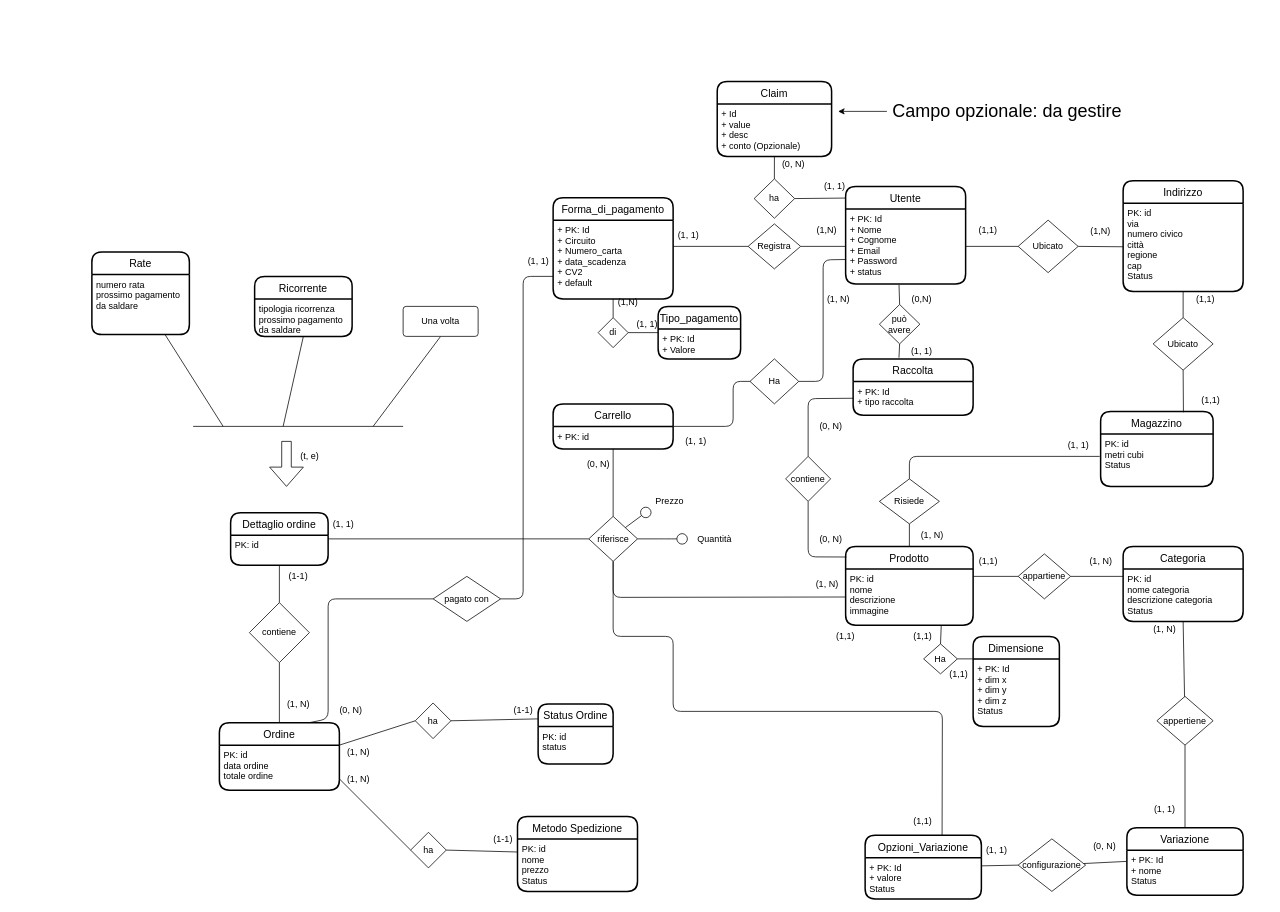
The draw.io diagram doc/schema_concettuale.drawio in EndriDomiUni/E-commerce, before the edit. Source tidied: cells renumbered, new cells numbered last; positions are measured from the earlier drawing's top-left corner, leaving out a move shared by most shapes. Both pictures are drawn from the tidied source at 75%, with x=0, y=0 at pixel (92, 81).
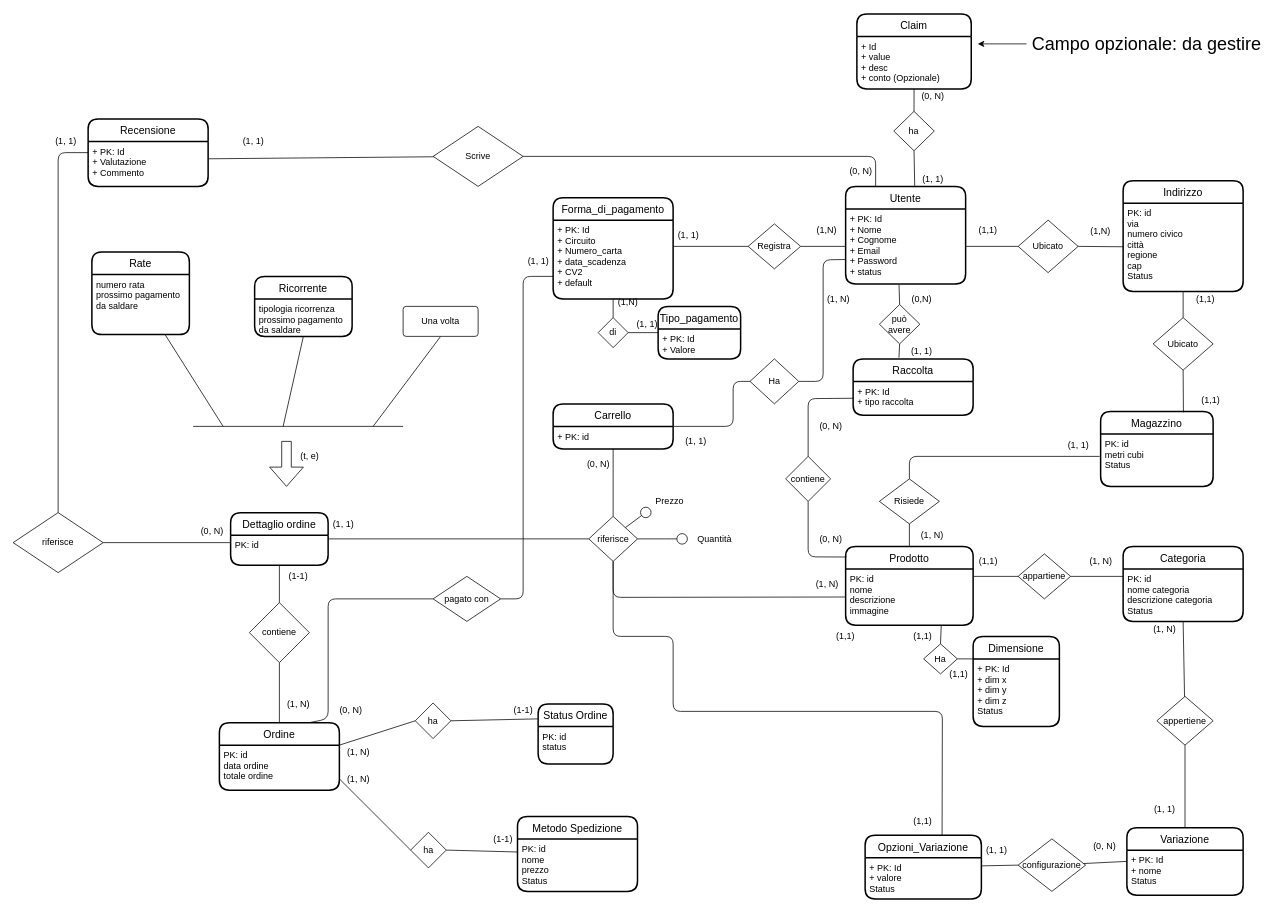
The same diagram, later.

Commit message (it also covers changes not shown here):
Update schemas: added Recensione into modello_logico

The change refers to these unchanged cells:
```xml
<mxCell id="2" value="Utente" style="swimlane;horizontal=1;startSize=30;rounded=1;fontSize=14;fontStyle=0;strokeWidth=2;shadow=0;dashed=0;align=center;" parent="1" vertex="1">
  <mxGeometry x="1005" y="140" width="160" height="130" as="geometry" />
</mxCell>
<mxCell id="104" value="PK: id&#10;&#10;&#10;" style="align=left;strokeColor=none;fillColor=none;spacingLeft=4;fontSize=12;verticalAlign=top;" parent="103" vertex="1">
  <mxGeometry y="30" width="130" height="40" as="geometry" />
</mxCell>
```

What changed in the source:
```diff
@@
+    <mxCell id="148" style="edgeStyle=none;html=1;exitX=0.25;exitY=0;exitDx=0;exitDy=0;entryX=1;entryY=0.5;entryDx=0;entryDy=0;endArrow=none;endFill=0;" parent="1" edge="1" source="2" target="150">
+      <mxGeometry relative="1" as="geometry">
+        <Array as="points">
+          <mxPoint x="1045" y="100" />
+        </Array>
+      </mxGeometry>
+    </mxCell>
@@
-    <mxCell id="67" style="edgeStyle=none;html=1;exitX=1;exitY=0.5;exitDx=0;exitDy=0;entryX=-0.002;entryY=0.12;entryDx=0;entryDy=0;entryPerimeter=0;endArrow=none;endFill=0;" parent="1" edge="1" source="69" target="2">
+    <mxCell id="67" style="edgeStyle=none;html=1;exitX=0.5;exitY=1;exitDx=0;exitDy=0;entryX=0.576;entryY=0.008;entryDx=0;entryDy=0;entryPerimeter=0;endArrow=none;endFill=0;" parent="1" edge="1" source="69" target="2">
       <mxGeometry relative="1" as="geometry" />
     </mxCell>
@@
     <mxCell id="69" value="ha" style="shape=rhombus;perimeter=rhombusPerimeter;whiteSpace=wrap;html=1;align=center;" parent="1" vertex="1">
-      <mxGeometry x="883" y="130" width="54" height="52.5" as="geometry" />
+      <mxGeometry x="1069.2" y="40" width="54" height="52.5" as="geometry" />
     </mxCell>
@@
     <mxCell id="75" value="Claim" style="swimlane;horizontal=1;startSize=30;rounded=1;fontSize=14;fontStyle=0;strokeWidth=2;shadow=0;dashed=0;align=center;" parent="1" vertex="1">
-      <mxGeometry x="833.8" width="152.5" height="100" as="geometry" />
+      <mxGeometry x="1020" y="-90" width="152.5" height="100" as="geometry" />
     </mxCell>
@@
     <mxCell id="138" value="(1, 1)" style="text;html=1;align=center;verticalAlign=middle;strokeColor=none;fillColor=none;" parent="1" vertex="1">
-      <mxGeometry x="970" y="130" width="40" height="20" as="geometry" />
+      <mxGeometry x="1101.2" y="120" width="40" height="20" as="geometry" />
     </mxCell>
     <mxCell id="139" value="(0, N)" style="text;html=1;align=center;verticalAlign=middle;strokeColor=none;fillColor=none;" parent="1" vertex="1">
-      <mxGeometry x="910" y="100" width="50" height="20" as="geometry" />
+      <mxGeometry x="1096.2" y="10" width="50" height="20" as="geometry" />
     </mxCell>
@@
     <mxCell id="146" style="edgeStyle=none;html=1;fontSize=24;" parent="1" edge="1" source="147">
       <mxGeometry relative="1" as="geometry">
-        <mxPoint x="995" y="40" as="targetPoint" />
+        <mxPoint x="1181.2" y="-50" as="targetPoint" />
       </mxGeometry>
     </mxCell>
     <mxCell id="147" value="&lt;span style=&quot;font-size: 24px&quot;&gt;Campo opzionale: da gestire&lt;/span&gt;" style="text;html=1;align=center;verticalAlign=middle;points=[];strokeColor=none;fillColor=none;" parent="1" vertex="1">
-      <mxGeometry x="1060" y="30" width="320" height="20" as="geometry" />
+      <mxGeometry x="1246.2" y="-60" width="320" height="20" as="geometry" />
     </mxCell>
+    <mxCell id="149" style="edgeStyle=none;html=1;entryX=1.004;entryY=0.387;entryDx=0;entryDy=0;endArrow=none;endFill=0;entryPerimeter=0;" parent="1" edge="1" source="150" target="153">
+      <mxGeometry relative="1" as="geometry" />
+    </mxCell>
+    <mxCell id="150" value="Scrive" style="rhombus;whiteSpace=wrap;html=1;" parent="1" vertex="1">
+      <mxGeometry x="455" y="60" width="120" height="80" as="geometry" />
+    </mxCell>
+    <mxCell id="151" style="edgeStyle=none;html=1;exitX=0;exitY=0.5;exitDx=0;exitDy=0;endArrow=none;endFill=0;entryX=0.5;entryY=0;entryDx=0;entryDy=0;" parent="1" edge="1" source="152" target="155">
+      <mxGeometry relative="1" as="geometry">
+        <Array as="points">
+          <mxPoint x="-45" y="95" />
+        </Array>
+      </mxGeometry>
+    </mxCell>
+    <mxCell id="152" value="Recensione" style="swimlane;horizontal=1;startSize=30;rounded=1;fontSize=14;fontStyle=0;strokeWidth=2;shadow=0;dashed=0;align=center;" parent="1" vertex="1">
+      <mxGeometry x="-5" y="50" width="160" height="90" as="geometry" />
+    </mxCell>
+    <mxCell id="153" value="+ PK: Id&#10;+ Valutazione&#10;+ Commento&#10;&#10;" style="align=left;strokeColor=none;fillColor=none;spacingLeft=4;fontSize=12;verticalAlign=top;" parent="152" vertex="1">
+      <mxGeometry y="30" width="160" height="60" as="geometry" />
+    </mxCell>
+    <mxCell id="154" style="edgeStyle=none;html=1;entryX=0;entryY=0.25;entryDx=0;entryDy=0;endArrow=none;endFill=0;" parent="1" edge="1" source="155" target="104">
+      <mxGeometry relative="1" as="geometry" />
+    </mxCell>
+    <mxCell id="155" value="riferisce" style="rhombus;whiteSpace=wrap;html=1;" parent="1" vertex="1">
+      <mxGeometry x="-105" y="575" width="120" height="80" as="geometry" />
+    </mxCell>
+    <mxCell id="156" value="(0, N)" style="text;html=1;align=center;verticalAlign=middle;strokeColor=none;fillColor=none;" parent="1" vertex="1">
+      <mxGeometry x="1000" y="110" width="50" height="20" as="geometry" />
+    </mxCell>
+    <mxCell id="157" value="(1, 1)" style="text;html=1;align=center;verticalAlign=middle;strokeColor=none;fillColor=none;" parent="1" vertex="1">
+      <mxGeometry x="195" y="70" width="40" height="20" as="geometry" />
+    </mxCell>
+    <mxCell id="158" value="(1, 1)" style="text;html=1;align=center;verticalAlign=middle;strokeColor=none;fillColor=none;" parent="1" vertex="1">
+      <mxGeometry x="-55" y="70" width="40" height="20" as="geometry" />
+    </mxCell>
+    <mxCell id="159" value="(0, N)" style="text;html=1;align=center;verticalAlign=middle;strokeColor=none;fillColor=none;" parent="1" vertex="1">
+      <mxGeometry x="135" y="590" width="50" height="20" as="geometry" />
+    </mxCell>
```
